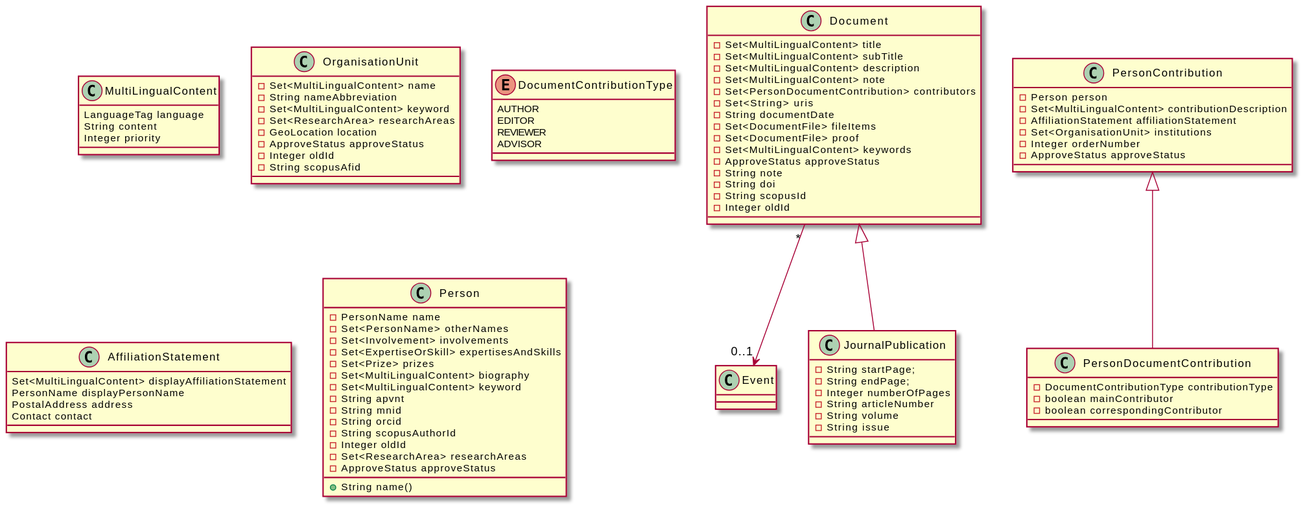
The PlantUML diagram docs/journalPublication.svg in sci2zero/TeslaRIS-backend, before a commit.
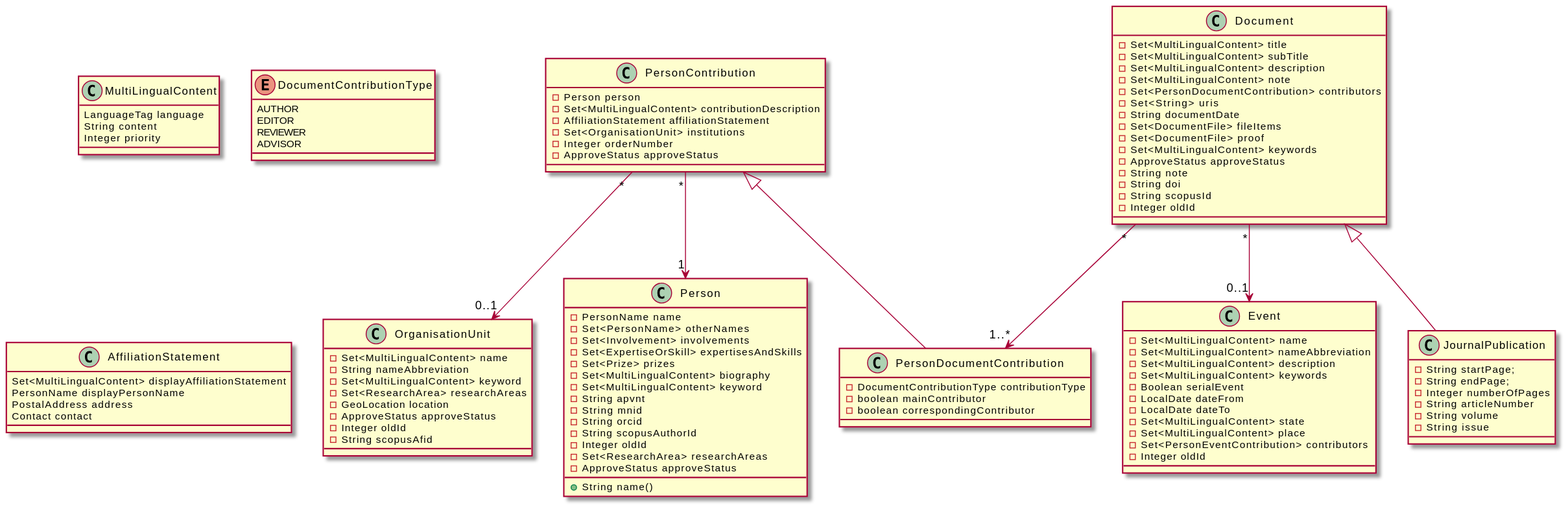
Later version of the same file.

Change to the diagram source:
```diff
@@ -7,5 +7,6 @@
     !includesub model.puml!Person_Contribution
     !includesub model.puml!Person_Document_Contribution
     !includesub model.puml!Person
+    !includesub model.puml!Event
 
 @enduml
```
